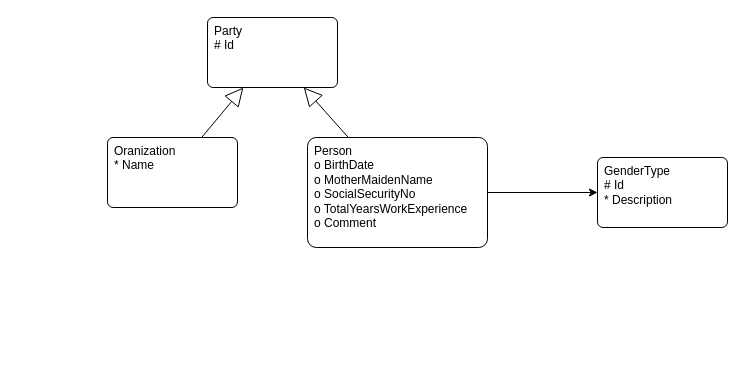
Before: docs/draw/Parties.drawio in chavp/DataModeling, a draw.io diagram. Source tidied: cells renumbered, new cells numbered last; positions are measured from the earlier drawing's top-left corner, leaving out a move shared by most shapes. Both pictures are drawn from the tidied source at 100%, with x=0, y=0 at pixel (107, 17).
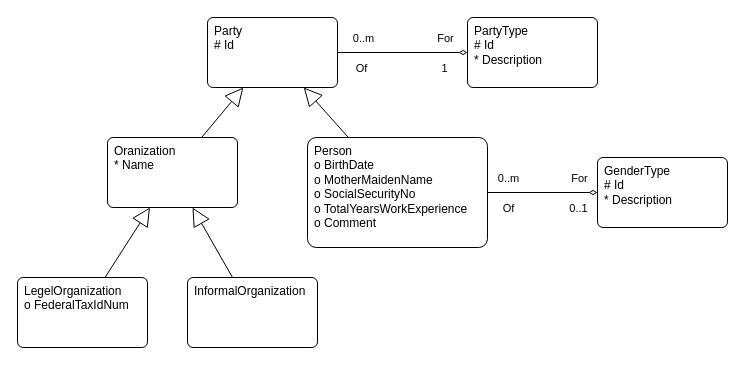
The same diagram, later.

The change refers to these unchanged cells:
```xml
<mxCell id="2" value="&lt;div&gt;&lt;span style=&quot;background-color: transparent; color: light-dark(rgb(0, 0, 0), rgb(255, 255, 255));&quot;&gt;Party&lt;/span&gt;&lt;/div&gt;&lt;div&gt;&lt;div&gt;# Id&lt;/div&gt;&lt;/div&gt;&lt;div&gt;&lt;span style=&quot;background-color: transparent; color: light-dark(rgb(0, 0, 0), rgb(255, 255, 255));&quot;&gt;&lt;br&gt;&lt;/span&gt;&lt;/div&gt;" style="rounded=1;whiteSpace=wrap;html=1;verticalAlign=top;align=left;spacingTop=0;spacingLeft=5;arcSize=8;" parent="1" vertex="1">
  <mxGeometry x="100" width="130" height="70" as="geometry" />
</mxCell>
<mxCell id="3" value="&lt;div&gt;&lt;span style=&quot;background-color: transparent; color: light-dark(rgb(0, 0, 0), rgb(255, 255, 255));&quot;&gt;Oranization&lt;/span&gt;&lt;/div&gt;&lt;div&gt;&lt;div&gt;* Name&lt;/div&gt;&lt;/div&gt;&lt;div&gt;&lt;span style=&quot;background-color: transparent; color: light-dark(rgb(0, 0, 0), rgb(255, 255, 255));&quot;&gt;&lt;br&gt;&lt;/span&gt;&lt;/div&gt;" style="rounded=1;whiteSpace=wrap;html=1;verticalAlign=top;align=left;spacingTop=0;spacingLeft=5;arcSize=8;" parent="1" vertex="1">
  <mxGeometry y="120" width="130" height="70" as="geometry" />
</mxCell>
<mxCell id="6" value="&lt;div&gt;&lt;span style=&quot;background-color: transparent; color: light-dark(rgb(0, 0, 0), rgb(255, 255, 255));&quot;&gt;Person&lt;/span&gt;&lt;/div&gt;&lt;div&gt;&lt;div&gt;o BirthDate&lt;/div&gt;&lt;/div&gt;&lt;div&gt;o MotherMaidenName&lt;/div&gt;&lt;div&gt;o SocialSecurityNo&lt;/div&gt;&lt;div&gt;o TotalYearsWorkExperience&lt;/div&gt;&lt;div&gt;o Comment&lt;/div&gt;&lt;div&gt;&lt;span style=&quot;background-color: transparent; color: light-dark(rgb(0, 0, 0), rgb(255, 255, 255));&quot;&gt;&lt;br&gt;&lt;/span&gt;&lt;/div&gt;" style="rounded=1;whiteSpace=wrap;html=1;verticalAlign=top;align=left;spacingTop=0;spacingLeft=5;arcSize=8;" parent="1" vertex="1">
  <mxGeometry x="200" y="120" width="180" height="110" as="geometry" />
</mxCell>
<mxCell id="8" value="&lt;div&gt;&lt;span style=&quot;background-color: transparent; color: light-dark(rgb(0, 0, 0), rgb(255, 255, 255));&quot;&gt;GenderType&lt;/span&gt;&lt;/div&gt;&lt;div&gt;&lt;div&gt;# Id&lt;/div&gt;&lt;/div&gt;&lt;div&gt;* Description&lt;/div&gt;&lt;div&gt;&lt;span style=&quot;background-color: transparent; color: light-dark(rgb(0, 0, 0), rgb(255, 255, 255));&quot;&gt;&lt;br&gt;&lt;/span&gt;&lt;/div&gt;" style="rounded=1;whiteSpace=wrap;html=1;verticalAlign=top;align=left;spacingTop=0;spacingLeft=5;arcSize=8;" parent="1" vertex="1">
  <mxGeometry x="490" y="140" width="130" height="70" as="geometry" />
</mxCell>
```

What changed in the source:
```diff
@@
-    <mxCell id="5" style="edgeStyle=orthogonalEdgeStyle;rounded=0;jettySize=auto;html=1;" parent="1" edge="1" source="6" target="8">
+    <mxCell id="5" style="edgeStyle=orthogonalEdgeStyle;rounded=0;jettySize=auto;html=1;startArrow=none;startFill=0;endArrow=diamondThin;endFill=0;" parent="1" edge="1" source="6" target="8">
       <mxGeometry relative="1" as="geometry" />
     </mxCell>
+    <mxCell id="9" value="0..m" style="edgeLabel;html=1;align=center;verticalAlign=middle;" parent="5" vertex="1">
+      <mxGeometry x="-0.46" relative="1" as="geometry">
+        <mxPoint x="-10" y="-15" as="offset" />
+      </mxGeometry>
+    </mxCell>
+    <mxCell id="10" value="0..1" style="edgeLabel;html=1;align=center;verticalAlign=middle;" parent="5" vertex="1">
+      <mxGeometry x="0.63" relative="1" as="geometry">
+        <mxPoint y="15" as="offset" />
+      </mxGeometry>
+    </mxCell>
+    <mxCell id="11" value="Of" style="edgeLabel;html=1;align=center;verticalAlign=middle;" parent="5" vertex="1">
+      <mxGeometry x="-0.64" y="-1" relative="1" as="geometry">
+        <mxPoint y="14" as="offset" />
+      </mxGeometry>
+    </mxCell>
+    <mxCell id="12" value="For" style="edgeLabel;html=1;align=center;verticalAlign=middle;" parent="5" vertex="1">
+      <mxGeometry x="0.65" y="1" relative="1" as="geometry">
+        <mxPoint y="-14" as="offset" />
+      </mxGeometry>
+    </mxCell>
@@
+    <mxCell id="13" value="&lt;div&gt;&lt;span style=&quot;background-color: transparent; color: light-dark(rgb(0, 0, 0), rgb(255, 255, 255));&quot;&gt;LegelOrganization&lt;/span&gt;&lt;/div&gt;&lt;div&gt;&lt;div&gt;o FederalTaxIdNum&lt;/div&gt;&lt;/div&gt;" style="rounded=1;whiteSpace=wrap;html=1;verticalAlign=top;align=left;spacingTop=0;spacingLeft=5;arcSize=8;" parent="1" vertex="1">
+      <mxGeometry x="-90" y="260" width="130" height="70" as="geometry" />
+    </mxCell>
+    <mxCell id="14" value="&lt;div&gt;&lt;span style=&quot;background-color: transparent; color: light-dark(rgb(0, 0, 0), rgb(255, 255, 255));&quot;&gt;InformalOrganization&lt;/span&gt;&lt;/div&gt;&lt;div&gt;&lt;br&gt;&lt;/div&gt;" style="rounded=1;whiteSpace=wrap;html=1;verticalAlign=top;align=left;spacingTop=0;spacingLeft=5;arcSize=8;" parent="1" vertex="1">
+      <mxGeometry x="80" y="260" width="130" height="70" as="geometry" />
+    </mxCell>
+    <mxCell id="15" style="endArrow=block;endSize=16;endFill=0;html=1;rounded=0;" parent="1" edge="1" source="13" target="3">
+      <mxGeometry relative="1" as="geometry" />
+    </mxCell>
+    <mxCell id="16" style="endArrow=block;endSize=16;endFill=0;html=1;rounded=0;" parent="1" edge="1" source="14" target="3">
+      <mxGeometry relative="1" as="geometry" />
+    </mxCell>
+    <mxCell id="17" value="&lt;div&gt;&lt;span style=&quot;background-color: transparent; color: light-dark(rgb(0, 0, 0), rgb(255, 255, 255));&quot;&gt;PartyType&lt;/span&gt;&lt;/div&gt;&lt;div&gt;&lt;div&gt;# Id&lt;/div&gt;&lt;/div&gt;&lt;div&gt;* Description&lt;/div&gt;&lt;div&gt;&lt;span style=&quot;background-color: transparent; color: light-dark(rgb(0, 0, 0), rgb(255, 255, 255));&quot;&gt;&lt;br&gt;&lt;/span&gt;&lt;/div&gt;" style="rounded=1;whiteSpace=wrap;html=1;verticalAlign=top;align=left;spacingTop=0;spacingLeft=5;arcSize=8;" parent="1" vertex="1">
+      <mxGeometry x="360" width="130" height="70" as="geometry" />
+    </mxCell>
+    <mxCell id="18" style="edgeStyle=orthogonalEdgeStyle;rounded=0;jettySize=auto;html=1;startArrow=none;startFill=0;endArrow=diamondThin;endFill=0;" parent="1" edge="1" source="2" target="17">
+      <mxGeometry relative="1" as="geometry" />
+    </mxCell>
+    <mxCell id="19" value="0..m" style="edgeLabel;html=1;align=center;verticalAlign=middle;" parent="18" vertex="1">
+      <mxGeometry x="-0.46" relative="1" as="geometry">
+        <mxPoint x="-10" y="-15" as="offset" />
+      </mxGeometry>
+    </mxCell>
+    <mxCell id="20" value="1" style="edgeLabel;html=1;align=center;verticalAlign=middle;" parent="18" vertex="1">
+      <mxGeometry x="0.63" relative="1" as="geometry">
+        <mxPoint y="15" as="offset" />
+      </mxGeometry>
+    </mxCell>
+    <mxCell id="21" value="Of" style="edgeLabel;html=1;align=center;verticalAlign=middle;" parent="18" vertex="1">
+      <mxGeometry x="-0.64" y="-1" relative="1" as="geometry">
+        <mxPoint y="14" as="offset" />
+      </mxGeometry>
+    </mxCell>
+    <mxCell id="22" value="For" style="edgeLabel;html=1;align=center;verticalAlign=middle;" parent="18" vertex="1">
+      <mxGeometry x="0.65" y="1" relative="1" as="geometry">
+        <mxPoint y="-14" as="offset" />
+      </mxGeometry>
+    </mxCell>
```
